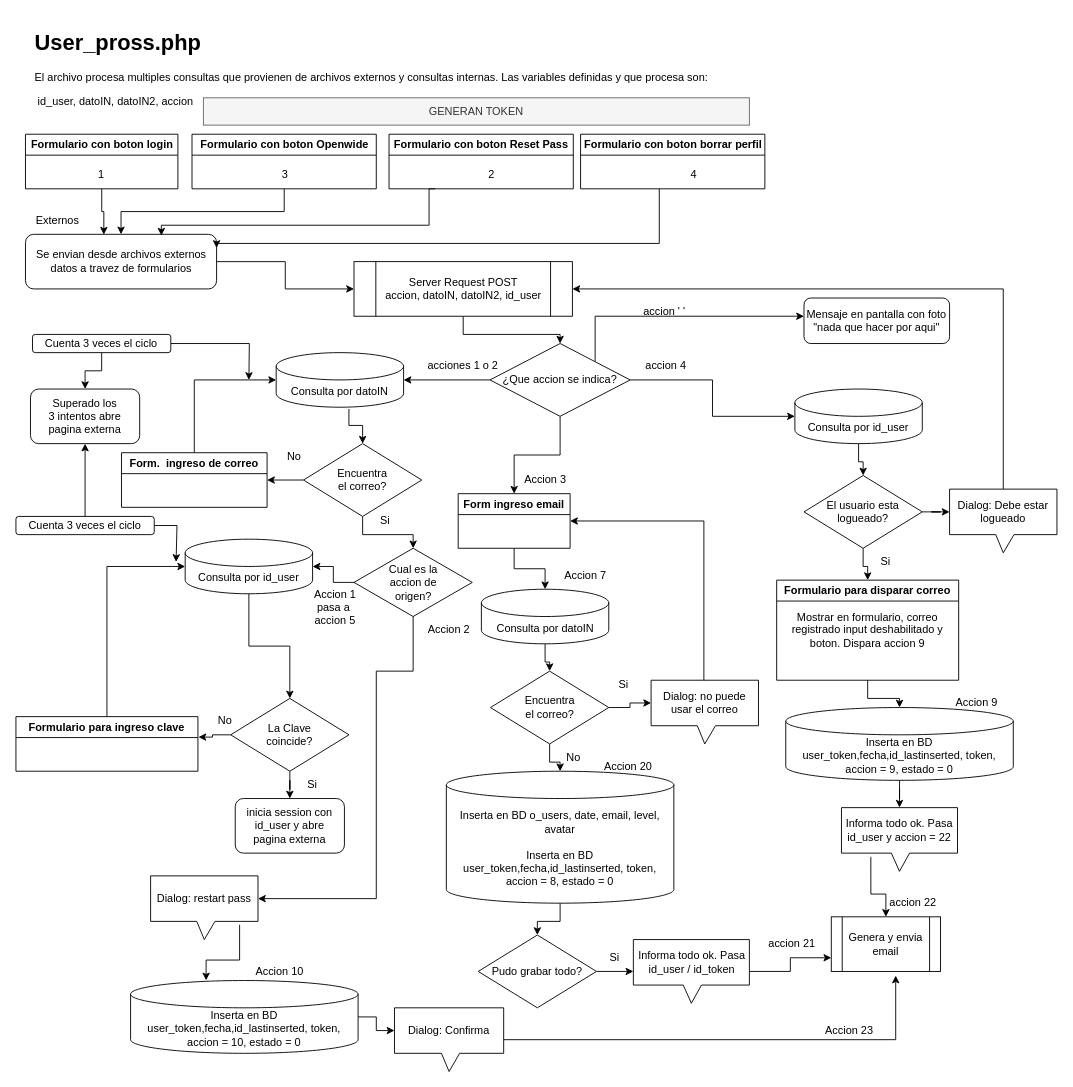
The draw.io diagram user_prossphp.drawio in MaxiFranz/TrayectoP, before the edit. Source tidied: cells renumbered, new cells numbered last; positions are measured from the earlier drawing's top-left corner, leaving out a move shared by most shapes. Both pictures are drawn from the tidied source at 91%, with x=0, y=0 at pixel (15, 25).
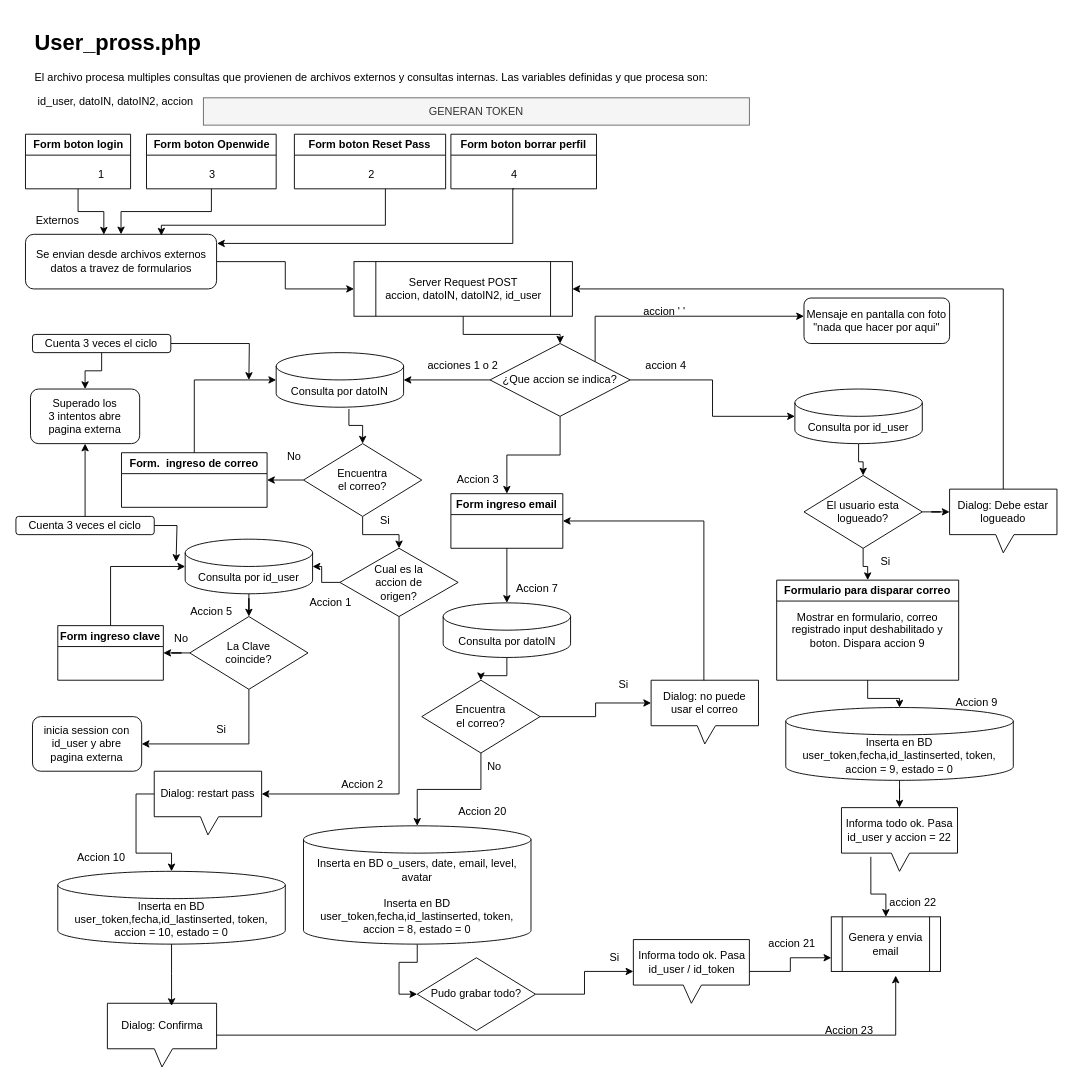
Above is the later version.

The change refers to these unchanged cells:
```xml
<mxCell id="6" value="Se envian desde archivos externos datos a travez de formularios" style="rounded=1;whiteSpace=wrap;html=1;" parent="1" vertex="1">
  <mxGeometry x="10.5" y="230" width="210" height="60" as="geometry" />
</mxCell>
<mxCell id="49" value="Cuenta 3 veces el ciclo" style="rounded=1;whiteSpace=wrap;html=1;" parent="1" vertex="1">
  <mxGeometry y="540" width="152" height="20" as="geometry" />
</mxCell>
```

Change to the diagram source:
```diff
@@
-    <mxCell id="8" value="Formulario con boton login" style="swimlane;whiteSpace=wrap;html=1;" parent="1" vertex="1">
-      <mxGeometry x="10.5" y="120" width="167.5" height="60" as="geometry" />
+    <mxCell id="8" value="Form boton login" style="swimlane;whiteSpace=wrap;html=1;" parent="1" vertex="1">
+      <mxGeometry x="10.5" y="120" width="115.5" height="60" as="geometry" />
     </mxCell>
@@
-    <mxCell id="11" value="Formulario con boton Openwide" style="swimlane;whiteSpace=wrap;html=1;" parent="1" vertex="1">
-      <mxGeometry x="193.5" y="120" width="202.5" height="60" as="geometry" />
+    <mxCell id="11" value="Form boton Openwide" style="swimlane;whiteSpace=wrap;html=1;" parent="1" vertex="1">
+      <mxGeometry x="143.5" y="120" width="142.5" height="60" as="geometry" />
     </mxCell>
     <mxCell id="12" value="3" style="text;html=1;strokeColor=none;fillColor=none;align=center;verticalAlign=middle;whiteSpace=wrap;rounded=0;" parent="11" vertex="1">
-      <mxGeometry x="72.5" y="30" width="60" height="30" as="geometry" />
+      <mxGeometry x="42.5" y="30" width="60" height="30" as="geometry" />
     </mxCell>
-    <mxCell id="13" value="Formulario con boton Reset Pass" style="swimlane;whiteSpace=wrap;html=1;" parent="1" vertex="1">
-      <mxGeometry x="410" y="120" width="202.5" height="60" as="geometry" />
+    <mxCell id="13" value="Form boton Reset Pass" style="swimlane;whiteSpace=wrap;html=1;" parent="1" vertex="1">
+      <mxGeometry x="306" y="120" width="166.2" height="60" as="geometry" />
     </mxCell>
     <mxCell id="14" value="2" style="text;html=1;strokeColor=none;fillColor=none;align=center;verticalAlign=middle;whiteSpace=wrap;rounded=0;" parent="13" vertex="1">
-      <mxGeometry x="82.5" y="30" width="60" height="30" as="geometry" />
+      <mxGeometry x="55" y="30" width="60" height="30" as="geometry" />
     </mxCell>
-    <mxCell id="15" value="Formulario con boton borrar perfil" style="swimlane;whiteSpace=wrap;html=1;" parent="1" vertex="1">
-      <mxGeometry x="620.5" y="120" width="202.5" height="60" as="geometry" />
+    <mxCell id="15" value="Form boton borrar perfil" style="swimlane;whiteSpace=wrap;html=1;" parent="1" vertex="1">
+      <mxGeometry x="478" y="120" width="160" height="60" as="geometry" />
     </mxCell>
     <mxCell id="16" value="4" style="text;html=1;strokeColor=none;fillColor=none;align=center;verticalAlign=middle;whiteSpace=wrap;rounded=0;" parent="15" vertex="1">
-      <mxGeometry x="94" y="30" width="60" height="30" as="geometry" />
+      <mxGeometry x="39.5" y="30" width="60" height="30" as="geometry" />
     </mxCell>
@@
-    <mxCell id="18" style="edgeStyle=orthogonalEdgeStyle;rounded=0;jettySize=auto;html=1;entryX=0.711;entryY=0.024;entryDx=0;entryDy=0;entryPerimeter=0;exitX=0.25;exitY=1;exitDx=0;exitDy=0;" parent="1" edge="1" source="13" target="6">
+    <mxCell id="18" style="edgeStyle=orthogonalEdgeStyle;rounded=0;jettySize=auto;html=1;entryX=0.711;entryY=0.024;entryDx=0;entryDy=0;entryPerimeter=0;" parent="1" edge="1" target="6">
       <mxGeometry relative="1" as="geometry">
+        <mxPoint x="406" y="180" as="sourcePoint" />
         <Array as="points">
-          <mxPoint x="454" y="180" />
-          <mxPoint x="454" y="220" />
+          <mxPoint x="406" y="220" />
           <mxPoint x="160" y="220" />
         </Array>
       </mxGeometry>
     </mxCell>
-    <mxCell id="19" style="edgeStyle=orthogonalEdgeStyle;rounded=0;jettySize=auto;html=1;entryX=1;entryY=0.25;entryDx=0;entryDy=0;" parent="1" edge="1" source="15" target="6">
+    <mxCell id="19" style="edgeStyle=orthogonalEdgeStyle;rounded=0;jettySize=auto;html=1;exitX=0.5;exitY=1;exitDx=0;exitDy=0;" parent="1" edge="1" source="16">
       <mxGeometry relative="1" as="geometry">
+        <mxPoint x="221" y="240" as="targetPoint" />
         <Array as="points">
-          <mxPoint x="707" y="240" />
+          <mxPoint x="546" y="180" />
+          <mxPoint x="546" y="240" />
           <mxPoint x="221" y="240" />
         </Array>
       </mxGeometry>
     </mxCell>
@@
     <mxCell id="34" value="Cual es la &lt;br&gt;accion de &lt;br&gt;origen?" style="rhombus;whiteSpace=wrap;html=1;" parent="1" vertex="1">
-      <mxGeometry x="371.5" y="575" width="130" height="75" as="geometry" />
+      <mxGeometry x="356" y="575" width="130" height="75" as="geometry" />
     </mxCell>
@@
-    <mxCell id="36" value="Accion 1&lt;br&gt;pasa a&amp;nbsp;&lt;br&gt;accion 5" style="text;html=1;strokeColor=none;fillColor=none;align=center;verticalAlign=middle;whiteSpace=wrap;rounded=0;" parent="1" vertex="1">
-      <mxGeometry x="310.5" y="625" width="80" height="30" as="geometry" />
+    <mxCell id="36" value="Accion 1" style="text;html=1;strokeColor=none;fillColor=none;align=center;verticalAlign=middle;whiteSpace=wrap;rounded=0;" parent="1" vertex="1">
+      <mxGeometry x="306" y="620" width="80" height="30" as="geometry" />
     </mxCell>
@@
-    <mxCell id="39" style="edgeStyle=orthogonalEdgeStyle;rounded=0;jettySize=auto;html=1;entryX=0.5;entryY=0;entryDx=0;entryDy=0;" parent="1" edge="1" source="40" target="54">
+    <mxCell id="39" style="edgeStyle=orthogonalEdgeStyle;rounded=0;jettySize=auto;html=1;entryX=1;entryY=0.5;entryDx=0;entryDy=0;exitX=0.5;exitY=1;exitDx=0;exitDy=0;" parent="1" edge="1" source="40" target="54">
       <mxGeometry relative="1" as="geometry" />
     </mxCell>
+    <mxCell id="43" style="edgeStyle=orthogonalEdgeStyle;rounded=0;jettySize=auto;html=1;entryX=1;entryY=0.5;entryDx=0;entryDy=0;" parent="1" edge="1" source="40" target="42">
+      <mxGeometry relative="1" as="geometry" />
+    </mxCell>
     <mxCell id="40" value="La Clave&lt;br&gt;coincide?" style="rhombus;whiteSpace=wrap;html=1;" parent="1" vertex="1">
-      <mxGeometry x="236" y="740" width="130" height="80" as="geometry" />
+      <mxGeometry x="191" y="650" width="130" height="80" as="geometry" />
     </mxCell>
@@
-    <mxCell id="42" value="Formulario para ingreso clave" style="swimlane;" parent="1" vertex="1">
-      <mxGeometry y="760" width="200" height="60" as="geometry" />
+    <mxCell id="42" value="Form ingreso clave" style="swimlane;" parent="1" vertex="1">
+      <mxGeometry x="46" y="660" width="116" height="60" as="geometry" />
     </mxCell>
-    <mxCell id="43" style="edgeStyle=orthogonalEdgeStyle;rounded=0;jettySize=auto;html=1;entryX=1.003;entryY=0.375;entryDx=0;entryDy=0;entryPerimeter=0;" parent="1" edge="1" source="40" target="42">
-      <mxGeometry relative="1" as="geometry" />
-    </mxCell>
@@
     <mxCell id="45" value="No" style="text;html=1;strokeColor=none;fillColor=none;align=center;verticalAlign=middle;whiteSpace=wrap;rounded=0;" parent="1" vertex="1">
-      <mxGeometry x="200" y="750" width="60" height="30" as="geometry" />
+      <mxGeometry x="152" y="660" width="60" height="30" as="geometry" />
     </mxCell>
@@
     <mxCell id="48" style="edgeStyle=orthogonalEdgeStyle;rounded=0;jettySize=auto;html=1;" parent="1" edge="1" source="49">
       <mxGeometry relative="1" as="geometry">
         <mxPoint x="176" y="590" as="targetPoint" />
         <Array as="points">
           <mxPoint x="177" y="550" />
-          <mxPoint x="177" y="590" />
         </Array>
       </mxGeometry>
     </mxCell>
@@
     <mxCell id="53" value="Si" style="text;html=1;strokeColor=none;fillColor=none;align=center;verticalAlign=middle;whiteSpace=wrap;rounded=0;" parent="1" vertex="1">
-      <mxGeometry x="306" y="820" width="40" height="30" as="geometry" />
+      <mxGeometry x="206" y="760" width="40" height="30" as="geometry" />
     </mxCell>
     <mxCell id="54" value="inicia session con id_user y abre &lt;br&gt;pagina externa" style="rounded=1;whiteSpace=wrap;html=1;" parent="1" vertex="1">
-      <mxGeometry x="241" y="850" width="120" height="60" as="geometry" />
+      <mxGeometry x="18.2" y="760" width="120" height="60" as="geometry" />
     </mxCell>
     <mxCell id="55" value="Form ingreso email" style="swimlane;" parent="1" vertex="1">
-      <mxGeometry x="486" y="515" width="123" height="60" as="geometry" />
+      <mxGeometry x="478" y="515" width="123" height="60" as="geometry" />
     </mxCell>
     <mxCell id="56" value="Accion 3" style="text;html=1;strokeColor=none;fillColor=none;align=center;verticalAlign=middle;whiteSpace=wrap;rounded=0;" parent="1" vertex="1">
-      <mxGeometry x="551.5" y="485" width="60" height="30" as="geometry" />
+      <mxGeometry x="478" y="485" width="60" height="30" as="geometry" />
     </mxCell>
@@
     <mxCell id="58" value="Consulta por datoIN" style="shape=cylinder3;whiteSpace=wrap;html=1;boundedLbl=1;backgroundOutline=1;size=15;" parent="1" vertex="1">
-      <mxGeometry x="511.5" y="620" width="140" height="60" as="geometry" />
+      <mxGeometry x="469.5" y="635" width="140" height="60" as="geometry" />
     </mxCell>
@@
     <mxCell id="60" value="Accion 7" style="text;html=1;strokeColor=none;fillColor=none;align=center;verticalAlign=middle;whiteSpace=wrap;rounded=0;" parent="1" vertex="1">
-      <mxGeometry x="596" y="590" width="60" height="30" as="geometry" />
+      <mxGeometry x="543" y="605" width="60" height="30" as="geometry" />
     </mxCell>
     <mxCell id="61" value="Encuentra &lt;br&gt;el correo?" style="rhombus;whiteSpace=wrap;html=1;" parent="1" vertex="1">
-      <mxGeometry x="521.5" y="710" width="130" height="80" as="geometry" />
+      <mxGeometry x="446" y="720" width="130" height="80" as="geometry" />
     </mxCell>
@@
-    <mxCell id="66" style="edgeStyle=orthogonalEdgeStyle;rounded=0;jettySize=auto;html=1;" parent="1" edge="1" source="67" target="73">
+    <mxCell id="66" style="edgeStyle=orthogonalEdgeStyle;rounded=0;jettySize=auto;html=1;entryX=0;entryY=0.5;entryDx=0;entryDy=0;" parent="1" edge="1" source="67" target="73">
       <mxGeometry relative="1" as="geometry" />
     </mxCell>
     <mxCell id="67" value="Inserta en BD o_users, date, email, level, avatar&lt;br&gt;&lt;br&gt;Inserta en BD user_token,fecha,id_lastinserted, token, accion = 8, estado = 0" style="shape=cylinder3;whiteSpace=wrap;html=1;boundedLbl=1;backgroundOutline=1;size=15;" parent="1" vertex="1">
-      <mxGeometry x="473" y="820" width="250" height="145" as="geometry" />
+      <mxGeometry x="316" y="880" width="250" height="130" as="geometry" />
     </mxCell>
@@
     <mxCell id="69" value="No" style="text;html=1;strokeColor=none;fillColor=none;align=center;verticalAlign=middle;whiteSpace=wrap;rounded=0;" parent="1" vertex="1">
-      <mxGeometry x="583" y="790" width="60" height="30" as="geometry" />
+      <mxGeometry x="496" y="800" width="60" height="30" as="geometry" />
     </mxCell>
@@
     <mxCell id="73" value="Pudo grabar todo?" style="rhombus;whiteSpace=wrap;html=1;" parent="1" vertex="1">
-      <mxGeometry x="508" y="1000" width="130" height="80" as="geometry" />
+      <mxGeometry x="441" y="1025" width="130" height="80" as="geometry" />
     </mxCell>
@@
+    <mxCell id="93" style="edgeStyle=orthogonalEdgeStyle;rounded=0;jettySize=auto;html=1;exitX=0;exitY=0;exitDx=0;exitDy=25;exitPerimeter=0;" parent="1" edge="1" source="87" target="92">
+      <mxGeometry relative="1" as="geometry" />
+    </mxCell>
     <mxCell id="87" value="Dialog: restart pass" style="shape=callout;whiteSpace=wrap;html=1;perimeter=calloutPerimeter;size=20;position=0.43;" parent="1" vertex="1">
-      <mxGeometry x="148" y="935" width="118" height="70" as="geometry" />
+      <mxGeometry x="152" y="820" width="118" height="70" as="geometry" />
     </mxCell>
-    <mxCell id="88" style="edgeStyle=orthogonalEdgeStyle;rounded=0;jettySize=auto;html=1;entryX=0;entryY=0;entryDx=118;entryDy=25;entryPerimeter=0;exitX=0.5;exitY=1;exitDx=0;exitDy=0;" parent="1" edge="1" source="34" target="87">
-      <mxGeometry relative="1" as="geometry">
-        <Array as="points">
-          <mxPoint x="437" y="710" />
-          <mxPoint x="396" y="710" />
-          <mxPoint x="396" y="960" />
-        </Array>
-      </mxGeometry>
-    </mxCell>
@@
     <mxCell id="90" value="Accion 2" style="text;html=1;strokeColor=none;fillColor=none;align=center;verticalAlign=middle;whiteSpace=wrap;rounded=0;" parent="1" vertex="1">
-      <mxGeometry x="446" y="650" width="60" height="30" as="geometry" />
+      <mxGeometry x="351" y="820" width="60" height="30" as="geometry" />
     </mxCell>
     <mxCell id="91" value="Dialog: Confirma" style="shape=callout;whiteSpace=wrap;html=1;perimeter=calloutPerimeter;size=20;position=0.43;" parent="1" vertex="1">
-      <mxGeometry x="416" y="1080" width="120" height="70" as="geometry" />
+      <mxGeometry x="100.5" y="1075" width="120" height="70" as="geometry" />
     </mxCell>
     <mxCell id="92" value="Inserta en BD user_token,fecha,id_lastinserted, token, accion = 10, estado = 0" style="shape=cylinder3;whiteSpace=wrap;html=1;boundedLbl=1;backgroundOutline=1;size=15;" parent="1" vertex="1">
-      <mxGeometry x="126" y="1050" width="250" height="80" as="geometry" />
+      <mxGeometry x="46" y="930" width="250" height="80" as="geometry" />
     </mxCell>
-    <mxCell id="93" style="edgeStyle=orthogonalEdgeStyle;rounded=0;jettySize=auto;html=1;entryX=0.332;entryY=-0.002;entryDx=0;entryDy=0;entryPerimeter=0;exitX=0.829;exitY=0.768;exitDx=0;exitDy=0;exitPerimeter=0;" parent="1" edge="1" source="87" target="92">
-      <mxGeometry relative="1" as="geometry" />
-    </mxCell>
-    <mxCell id="94" style="edgeStyle=orthogonalEdgeStyle;rounded=0;jettySize=auto;html=1;entryX=0;entryY=0;entryDx=0;entryDy=25;entryPerimeter=0;" parent="1" edge="1" source="92" target="91">
-      <mxGeometry relative="1" as="geometry" />
-    </mxCell>
@@
     <mxCell id="96" value="Accion 10" style="text;html=1;strokeColor=none;fillColor=none;align=center;verticalAlign=middle;whiteSpace=wrap;rounded=0;" parent="1" vertex="1">
-      <mxGeometry x="260" y="1025" width="60" height="30" as="geometry" />
+      <mxGeometry x="64.2" y="900" width="60" height="30" as="geometry" />
     </mxCell>
@@
     <mxCell id="105" value="Accion 20" style="text;html=1;strokeColor=none;fillColor=none;align=center;verticalAlign=middle;whiteSpace=wrap;rounded=0;" parent="1" vertex="1">
-      <mxGeometry x="643" y="800" width="60" height="30" as="geometry" />
+      <mxGeometry x="483" y="850" width="60" height="30" as="geometry" />
     </mxCell>
@@
+    <mxCell id="88" style="edgeStyle=orthogonalEdgeStyle;rounded=0;jettySize=auto;html=1;entryX=0;entryY=0;entryDx=118;entryDy=25;entryPerimeter=0;exitX=0.5;exitY=1;exitDx=0;exitDy=0;" parent="1" edge="1" source="34" target="87">
+      <mxGeometry relative="1" as="geometry" />
+    </mxCell>
+    <mxCell id="94" style="edgeStyle=orthogonalEdgeStyle;rounded=0;jettySize=auto;html=1;entryX=0.588;entryY=0.043;entryDx=0;entryDy=0;entryPerimeter=0;" parent="1" edge="1" source="92" target="91">
+      <mxGeometry relative="1" as="geometry" />
+    </mxCell>
+    <mxCell id="109" value="Accion 5" style="text;html=1;strokeColor=none;fillColor=none;align=center;verticalAlign=middle;whiteSpace=wrap;rounded=0;" parent="1" vertex="1">
+      <mxGeometry x="174.8" y="630" width="80" height="30" as="geometry" />
+    </mxCell>
```
